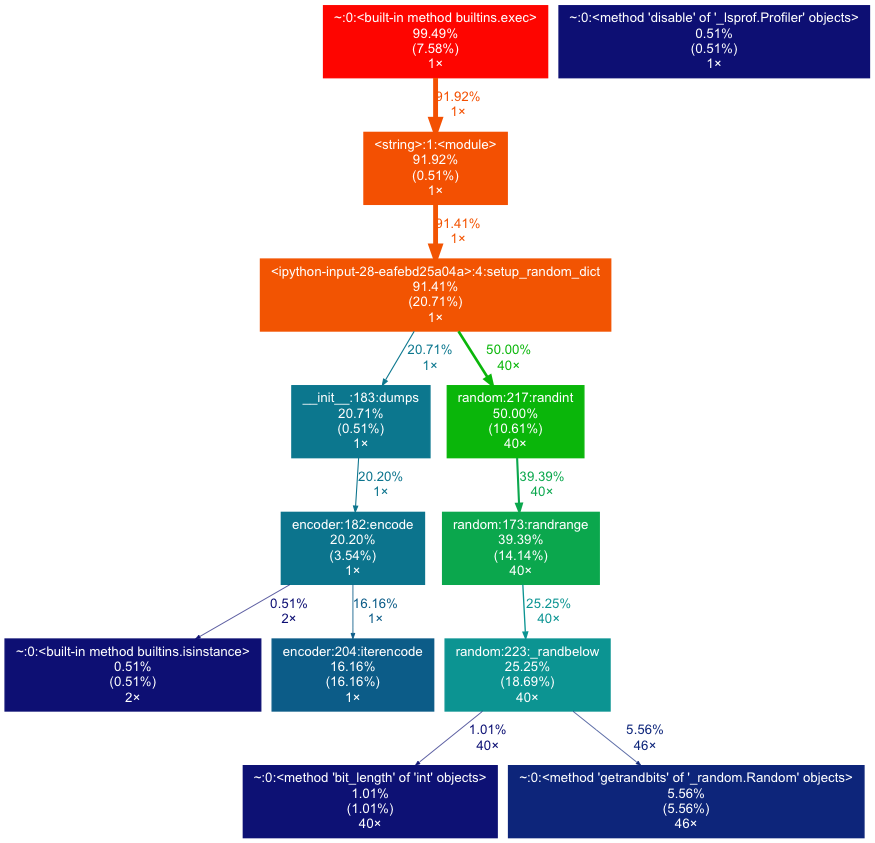
octaflop/python_profiling keeps this Graphviz diagram as deliver/random_thing.png. Above is the earlier version. Its source is kept beside it as deliver/random_thing.dot. The source it was exported from:
```dot
digraph {
	graph [fontname=Arial, nodesep=0.125, ranksep=0.25];
	node [fontcolor=white, fontname=Arial, height=0, shape=box, style=filled, width=0];
	edge [fontname=Arial];
	1 [color="#f25402", fontcolor="#ffffff", fontsize="10.00", label="<ipython-input-28-eafebd25a04a>:4:setup_random_dict\n91.41%\n(20.71%)\n1×", tooltip="<ipython-input-28-eafebd25a04a>"];
	1 -> 8 [arrowsize="0.46", color="#0c778e", fontcolor="#0c778e", fontsize="10.00", label="20.71%\n1×", labeldistance="0.83", penwidth="0.83"];
	1 -> 11 [arrowsize="0.71", color="#0ab60a", fontcolor="#0ab60a", fontsize="10.00", label="50.00%\n40×", labeldistance="2.00", penwidth="2.00"];
	2 [color="#0d1174", fontcolor="#ffffff", fontsize="10.00", label="~:0:<method 'bit_length' of 'int' objects>\n1.01%\n(1.01%)\n40×", tooltip="~"];
	3 [color="#0c9492", fontcolor="#ffffff", fontsize="10.00", label="random:223:_randbelow\n25.25%\n(18.69%)\n40×", tooltip="/Users/faris.chebib/.virtualenvs/profiling/lib/python3.6/random.py"];
	3 -> 2 [arrowsize="0.35", color="#0d1174", fontcolor="#0d1174", fontsize="10.00", label="1.01%\n40×", labeldistance="0.50", penwidth="0.50"];
	3 -> 12 [arrowsize="0.35", color="#0d257a", fontcolor="#0d257a", fontsize="10.00", label="5.56%\n46×", labeldistance="0.50", penwidth="0.50"];
	5 [color="#0c748d", fontcolor="#ffffff", fontsize="10.00", label="encoder:182:encode\n20.20%\n(3.54%)\n1×", tooltip="/usr/local/Cellar/python/3.6.5/Frameworks/Python.framework/Versions/3.6/lib/python3.6/json/encoder.py"];
	5 -> 7 [arrowsize="0.35", color="#0d0f73", fontcolor="#0d0f73", fontsize="10.00", label="0.51%\n2×", labeldistance="0.50", penwidth="0.50"];
	5 -> 9 [arrowsize="0.40", color="#0c5c88", fontcolor="#0c5c88", fontsize="10.00", label="16.16%\n1×", labeldistance="0.65", penwidth="0.65"];
	6 [color="#fe0500", fontcolor="#ffffff", fontsize="10.00", label="~:0:<built-in method builtins.exec>\n99.49%\n(7.58%)\n1×", tooltip="~"];
	6 -> 14 [arrowsize="0.96", color="#f35002", fontcolor="#f35002", fontsize="10.00", label="91.92%\n1×", labeldistance="3.68", penwidth="3.68"];
	7 [color="#0d0f73", fontcolor="#ffffff", fontsize="10.00", label="~:0:<built-in method builtins.isinstance>\n0.51%\n(0.51%)\n2×", tooltip="~"];
	8 [color="#0c778e", fontcolor="#ffffff", fontsize="10.00", label="__init__:183:dumps\n20.71%\n(0.51%)\n1×", tooltip="/usr/local/Cellar/python/3.6.5/Frameworks/Python.framework/Versions/3.6/lib/python3.6/json/__init__.py"];
	8 -> 5 [arrowsize="0.45", color="#0c748d", fontcolor="#0c748d", fontsize="10.00", label="20.20%\n1×", labeldistance="0.81", penwidth="0.81"];
	9 [color="#0c5c88", fontcolor="#ffffff", fontsize="10.00", label="encoder:204:iterencode\n16.16%\n(16.16%)\n1×", tooltip="/usr/local/Cellar/python/3.6.5/Frameworks/Python.framework/Versions/3.6/lib/python3.6/json/encoder.py"];
	10 [color="#0ba74d", fontcolor="#ffffff", fontsize="10.00", label="random:173:randrange\n39.39%\n(14.14%)\n40×", tooltip="/Users/faris.chebib/.virtualenvs/profiling/lib/python3.6/random.py"];
	10 -> 3 [arrowsize="0.50", color="#0c9492", fontcolor="#0c9492", fontsize="10.00", label="25.25%\n40×", labeldistance="1.01", penwidth="1.01"];
	11 [color="#0ab60a", fontcolor="#ffffff", fontsize="10.00", label="random:217:randint\n50.00%\n(10.61%)\n40×", tooltip="/Users/faris.chebib/.virtualenvs/profiling/lib/python3.6/random.py"];
	11 -> 10 [arrowsize="0.63", color="#0ba74d", fontcolor="#0ba74d", fontsize="10.00", label="39.39%\n40×", labeldistance="1.58", penwidth="1.58"];
	12 [color="#0d257a", fontcolor="#ffffff", fontsize="10.00", label="~:0:<method 'getrandbits' of '_random.Random' objects>\n5.56%\n(5.56%)\n46×", tooltip="~"];
	13 [color="#0d0f73", fontcolor="#ffffff", fontsize="10.00", label="~:0:<method 'disable' of '_lsprof.Profiler' objects>\n0.51%\n(0.51%)\n1×", tooltip="~"];
	14 [color="#f35002", fontcolor="#ffffff", fontsize="10.00", label="<string>:1:<module>\n91.92%\n(0.51%)\n1×", tooltip="<string>"];
	14 -> 1 [arrowsize="0.96", color="#f25402", fontcolor="#f25402", fontsize="10.00", label="91.41%\n1×", labeldistance="3.66", penwidth="3.66"];
}
```
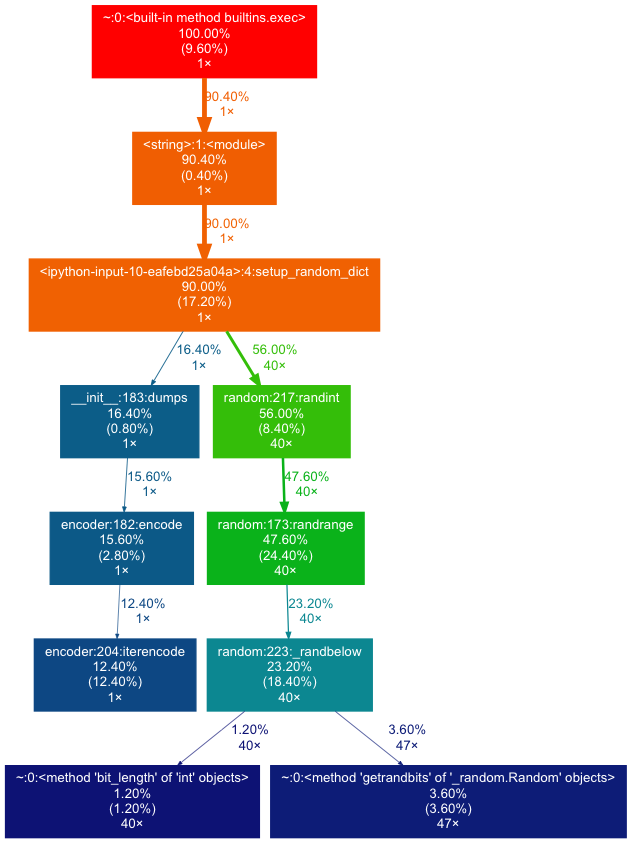
After the change.

What changed in the source:
```diff
@@ -2,28 +2,25 @@
 	graph [fontname=Arial, nodesep=0.125, ranksep=0.25];
 	node [fontcolor=white, fontname=Arial, height=0, shape=box, style=filled, width=0];
 	edge [fontname=Arial];
-	1 [color="#f25402", fontcolor="#ffffff", fontsize="10.00", label="<ipython-input-28-eafebd25a04a>:4:setup_random_dict\n91.41%\n(20.71%)\n1×", tooltip="<ipython-input-28-eafebd25a04a>"];
-	1 -> 8 [arrowsize="0.46", color="#0c778e", fontcolor="#0c778e", fontsize="10.00", label="20.71%\n1×", labeldistance="0.83", penwidth="0.83"];
-	1 -> 11 [arrowsize="0.71", color="#0ab60a", fontcolor="#0ab60a", fontsize="10.00", label="50.00%\n40×", labeldistance="2.00", penwidth="2.00"];
-	2 [color="#0d1174", fontcolor="#ffffff", fontsize="10.00", label="~:0:<method 'bit_length' of 'int' objects>\n1.01%\n(1.01%)\n40×", tooltip="~"];
-	3 [color="#0c9492", fontcolor="#ffffff", fontsize="10.00", label="random:223:_randbelow\n25.25%\n(18.69%)\n40×", tooltip="/Users/faris.chebib/.virtualenvs/profiling/lib/python3.6/random.py"];
-	3 -> 2 [arrowsize="0.35", color="#0d1174", fontcolor="#0d1174", fontsize="10.00", label="1.01%\n40×", labeldistance="0.50", penwidth="0.50"];
-	3 -> 12 [arrowsize="0.35", color="#0d257a", fontcolor="#0d257a", fontsize="10.00", label="5.56%\n46×", labeldistance="0.50", penwidth="0.50"];
-	5 [color="#0c748d", fontcolor="#ffffff", fontsize="10.00", label="encoder:182:encode\n20.20%\n(3.54%)\n1×", tooltip="/usr/local/Cellar/python/3.6.5/Frameworks/Python.framework/Versions/3.6/lib/python3.6/json/encoder.py"];
-	5 -> 7 [arrowsize="0.35", color="#0d0f73", fontcolor="#0d0f73", fontsize="10.00", label="0.51%\n2×", labeldistance="0.50", penwidth="0.50"];
-	5 -> 9 [arrowsize="0.40", color="#0c5c88", fontcolor="#0c5c88", fontsize="10.00", label="16.16%\n1×", labeldistance="0.65", penwidth="0.65"];
-	6 [color="#fe0500", fontcolor="#ffffff", fontsize="10.00", label="~:0:<built-in method builtins.exec>\n99.49%\n(7.58%)\n1×", tooltip="~"];
-	6 -> 14 [arrowsize="0.96", color="#f35002", fontcolor="#f35002", fontsize="10.00", label="91.92%\n1×", labeldistance="3.68", penwidth="3.68"];
-	7 [color="#0d0f73", fontcolor="#ffffff", fontsize="10.00", label="~:0:<built-in method builtins.isinstance>\n0.51%\n(0.51%)\n2×", tooltip="~"];
-	8 [color="#0c778e", fontcolor="#ffffff", fontsize="10.00", label="__init__:183:dumps\n20.71%\n(0.51%)\n1×", tooltip="/usr/local/Cellar/python/3.6.5/Frameworks/Python.framework/Versions/3.6/lib/python3.6/json/__init__.py"];
-	8 -> 5 [arrowsize="0.45", color="#0c748d", fontcolor="#0c748d", fontsize="10.00", label="20.20%\n1×", labeldistance="0.81", penwidth="0.81"];
-	9 [color="#0c5c88", fontcolor="#ffffff", fontsize="10.00", label="encoder:204:iterencode\n16.16%\n(16.16%)\n1×", tooltip="/usr/local/Cellar/python/3.6.5/Frameworks/Python.framework/Versions/3.6/lib/python3.6/json/encoder.py"];
-	10 [color="#0ba74d", fontcolor="#ffffff", fontsize="10.00", label="random:173:randrange\n39.39%\n(14.14%)\n40×", tooltip="/Users/faris.chebib/.virtualenvs/profiling/lib/python3.6/random.py"];
-	10 -> 3 [arrowsize="0.50", color="#0c9492", fontcolor="#0c9492", fontsize="10.00", label="25.25%\n40×", labeldistance="1.01", penwidth="1.01"];
-	11 [color="#0ab60a", fontcolor="#ffffff", fontsize="10.00", label="random:217:randint\n50.00%\n(10.61%)\n40×", tooltip="/Users/faris.chebib/.virtualenvs/profiling/lib/python3.6/random.py"];
-	11 -> 10 [arrowsize="0.63", color="#0ba74d", fontcolor="#0ba74d", fontsize="10.00", label="39.39%\n40×", labeldistance="1.58", penwidth="1.58"];
-	12 [color="#0d257a", fontcolor="#ffffff", fontsize="10.00", label="~:0:<method 'getrandbits' of '_random.Random' objects>\n5.56%\n(5.56%)\n46×", tooltip="~"];
-	13 [color="#0d0f73", fontcolor="#ffffff", fontsize="10.00", label="~:0:<method 'disable' of '_lsprof.Profiler' objects>\n0.51%\n(0.51%)\n1×", tooltip="~"];
-	14 [color="#f35002", fontcolor="#ffffff", fontsize="10.00", label="<string>:1:<module>\n91.92%\n(0.51%)\n1×", tooltip="<string>"];
-	14 -> 1 [arrowsize="0.96", color="#f25402", fontcolor="#f25402", fontsize="10.00", label="91.41%\n1×", labeldistance="3.66", penwidth="3.66"];
+	1 [color="#f06102", fontcolor="#ffffff", fontsize="10.00", label="<ipython-input-10-eafebd25a04a>:4:setup_random_dict\n90.00%\n(17.20%)\n1×", tooltip="<ipython-input-10-eafebd25a04a>"];
+	1 -> 8 [arrowsize="0.40", color="#0c5d88", fontcolor="#0c5d88", fontsize="10.00", label="16.40%\n1×", labeldistance="0.66", penwidth="0.66"];
+	1 -> 11 [arrowsize="0.75", color="#34be09", fontcolor="#34be09", fontsize="10.00", label="56.00%\n40×", labeldistance="2.24", penwidth="2.24"];
+	2 [color="#0d1274", fontcolor="#ffffff", fontsize="10.00", label="~:0:<method 'bit_length' of 'int' objects>\n1.20%\n(1.20%)\n40×", tooltip="~"];
+	3 [color="#0c8791", fontcolor="#ffffff", fontsize="10.00", label="random:223:_randbelow\n23.20%\n(18.40%)\n40×", tooltip="/Users/faris.chebib/.virtualenvs/profiling/lib/python3.6/random.py"];
+	3 -> 2 [arrowsize="0.35", color="#0d1274", fontcolor="#0d1274", fontsize="10.00", label="1.20%\n40×", labeldistance="0.50", penwidth="0.50"];
+	3 -> 12 [arrowsize="0.35", color="#0d1c77", fontcolor="#0d1c77", fontsize="10.00", label="3.60%\n47×", labeldistance="0.50", penwidth="0.50"];
+	5 [color="#0c5987", fontcolor="#ffffff", fontsize="10.00", label="encoder:182:encode\n15.60%\n(2.80%)\n1×", tooltip="/usr/local/Cellar/python/3.6.5/Frameworks/Python.framework/Versions/3.6/lib/python3.6/json/encoder.py"];
+	5 -> 9 [arrowsize="0.35", color="#0d4783", fontcolor="#0d4783", fontsize="10.00", label="12.40%\n1×", labeldistance="0.50", penwidth="0.50"];
+	6 [color="#ff0000", fontcolor="#ffffff", fontsize="10.00", label="~:0:<built-in method builtins.exec>\n100.00%\n(9.60%)\n1×", tooltip="~"];
+	6 -> 14 [arrowsize="0.95", color="#f05e02", fontcolor="#f05e02", fontsize="10.00", label="90.40%\n1×", labeldistance="3.62", penwidth="3.62"];
+	8 [color="#0c5d88", fontcolor="#ffffff", fontsize="10.00", label="__init__:183:dumps\n16.40%\n(0.80%)\n1×", tooltip="/usr/local/Cellar/python/3.6.5/Frameworks/Python.framework/Versions/3.6/lib/python3.6/json/__init__.py"];
+	8 -> 5 [arrowsize="0.39", color="#0c5987", fontcolor="#0c5987", fontsize="10.00", label="15.60%\n1×", labeldistance="0.62", penwidth="0.62"];
+	9 [color="#0d4783", fontcolor="#ffffff", fontsize="10.00", label="encoder:204:iterencode\n12.40%\n(12.40%)\n1×", tooltip="/usr/local/Cellar/python/3.6.5/Frameworks/Python.framework/Versions/3.6/lib/python3.6/json/encoder.py"];
+	10 [color="#0ab21a", fontcolor="#ffffff", fontsize="10.00", label="random:173:randrange\n47.60%\n(24.40%)\n40×", tooltip="/Users/faris.chebib/.virtualenvs/profiling/lib/python3.6/random.py"];
+	10 -> 3 [arrowsize="0.48", color="#0c8791", fontcolor="#0c8791", fontsize="10.00", label="23.20%\n40×", labeldistance="0.93", penwidth="0.93"];
+	11 [color="#34be09", fontcolor="#ffffff", fontsize="10.00", label="random:217:randint\n56.00%\n(8.40%)\n40×", tooltip="/Users/faris.chebib/.virtualenvs/profiling/lib/python3.6/random.py"];
+	11 -> 10 [arrowsize="0.69", color="#0ab21a", fontcolor="#0ab21a", fontsize="10.00", label="47.60%\n40×", labeldistance="1.90", penwidth="1.90"];
+	12 [color="#0d1c77", fontcolor="#ffffff", fontsize="10.00", label="~:0:<method 'getrandbits' of '_random.Random' objects>\n3.60%\n(3.60%)\n47×", tooltip="~"];
+	14 [color="#f05e02", fontcolor="#ffffff", fontsize="10.00", label="<string>:1:<module>\n90.40%\n(0.40%)\n1×", tooltip="<string>"];
+	14 -> 1 [arrowsize="0.95", color="#f06102", fontcolor="#f06102", fontsize="10.00", label="90.00%\n1×", labeldistance="3.60", penwidth="3.60"];
 }
```
